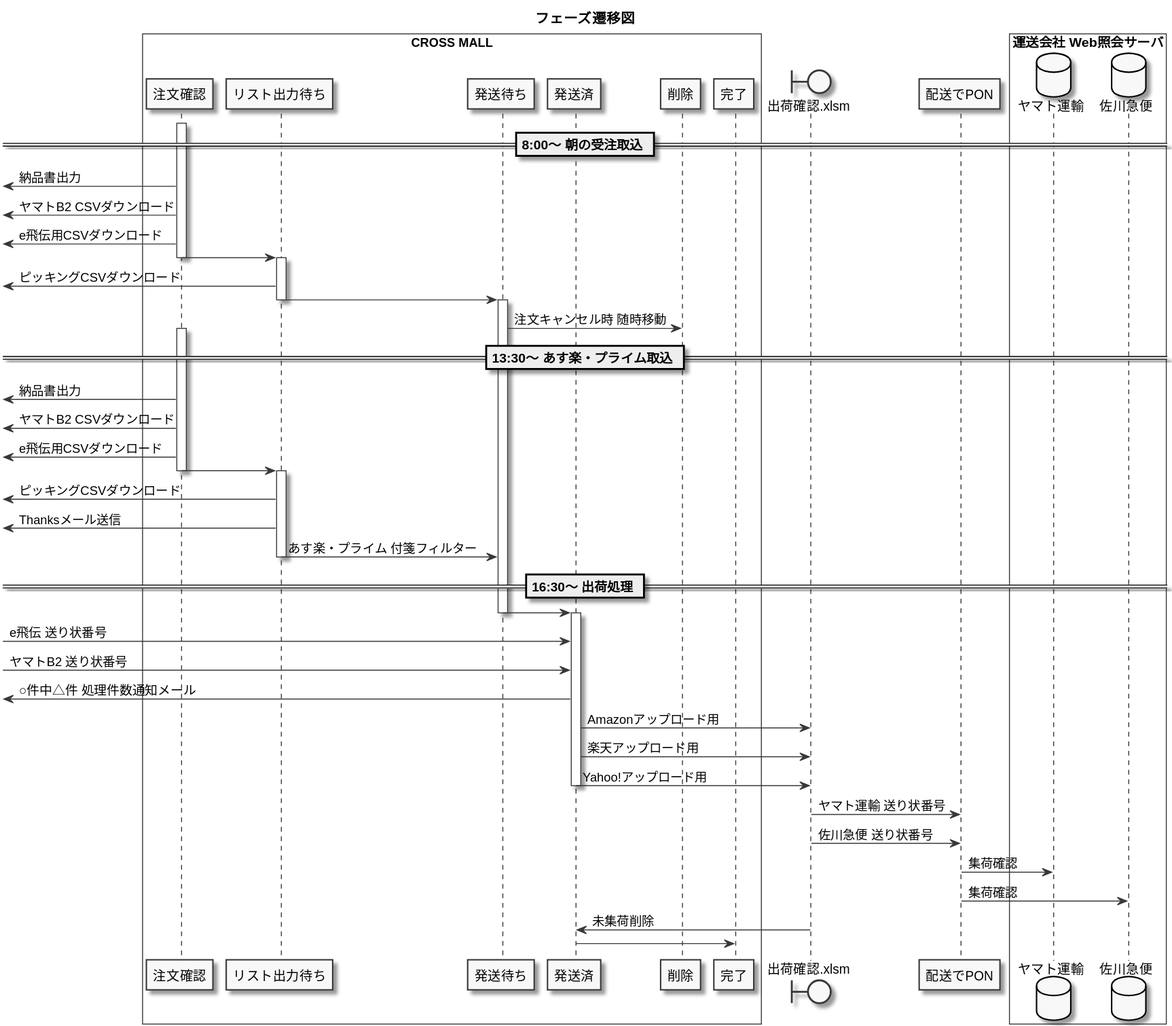
amunenaga/ec-backyard-macro keeps this PlantUML diagram as docs/uml/phase_change_figure.svg. Above is the earlier version. Its source is kept beside it as phase_change_figure.puml.
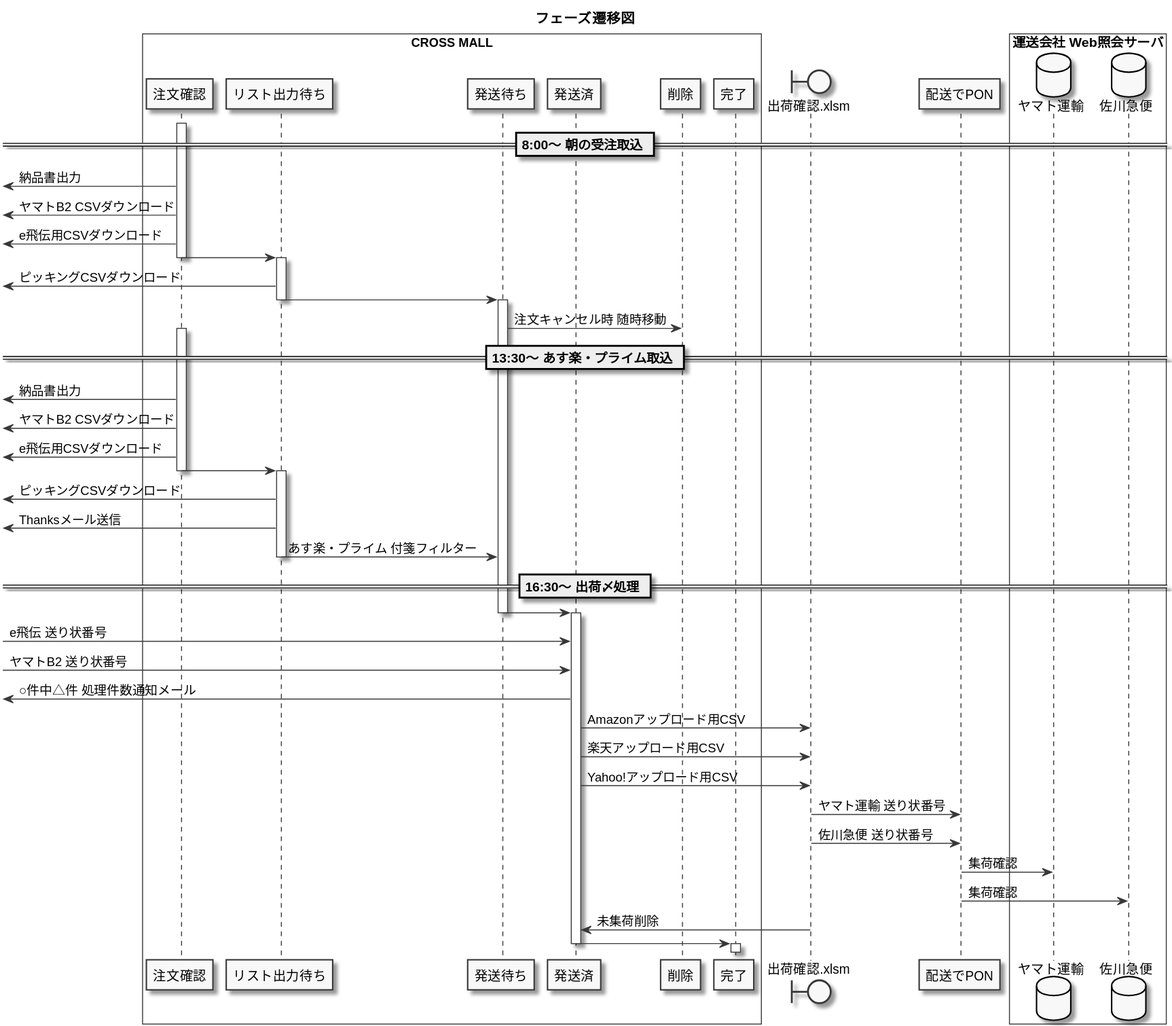
After the change.

Change to the diagram source:
```diff
@@ -51,11 +51,12 @@
 リスト出力待ち -> 発送待ち :あす楽・プライム 付箋フィルター
 deactivate リスト出力待ち
 
-== 16:30～ 出荷処理 ==
+== 16:30～ 出荷〆処理 ==
 
 発送待ち -> 発送済
 
 deactivate 発送待ち
+
 activate 発送済
 
 [-> 発送済 :e飛伝 送り状番号
@@ -65,11 +66,9 @@
 
 boundary 出荷確認.xlsm
 
-発送済 -> 出荷確認.xlsm :Amazonアップロード用
-発送済 -> 出荷確認.xlsm :楽天アップロード用
-発送済 -> 出荷確認.xlsm :Yahoo!アップロード用
-
-deactivate 発送済
+発送済 -> 出荷確認.xlsm :Amazonアップロード用CSV
+発送済 -> 出荷確認.xlsm :楽天アップロード用CSV
+発送済 -> 出荷確認.xlsm :Yahoo!アップロード用CSV
 
 出荷確認.xlsm -> 配送でPON : ヤマト運輸 送り状番号
 出荷確認.xlsm -> 配送でPON : 佐川急便 送り状番号
@@ -86,4 +85,8 @@
 
 発送済 -> 完了
 
+deactivate 発送済
+
+activate 完了
+
 @enduml
```
